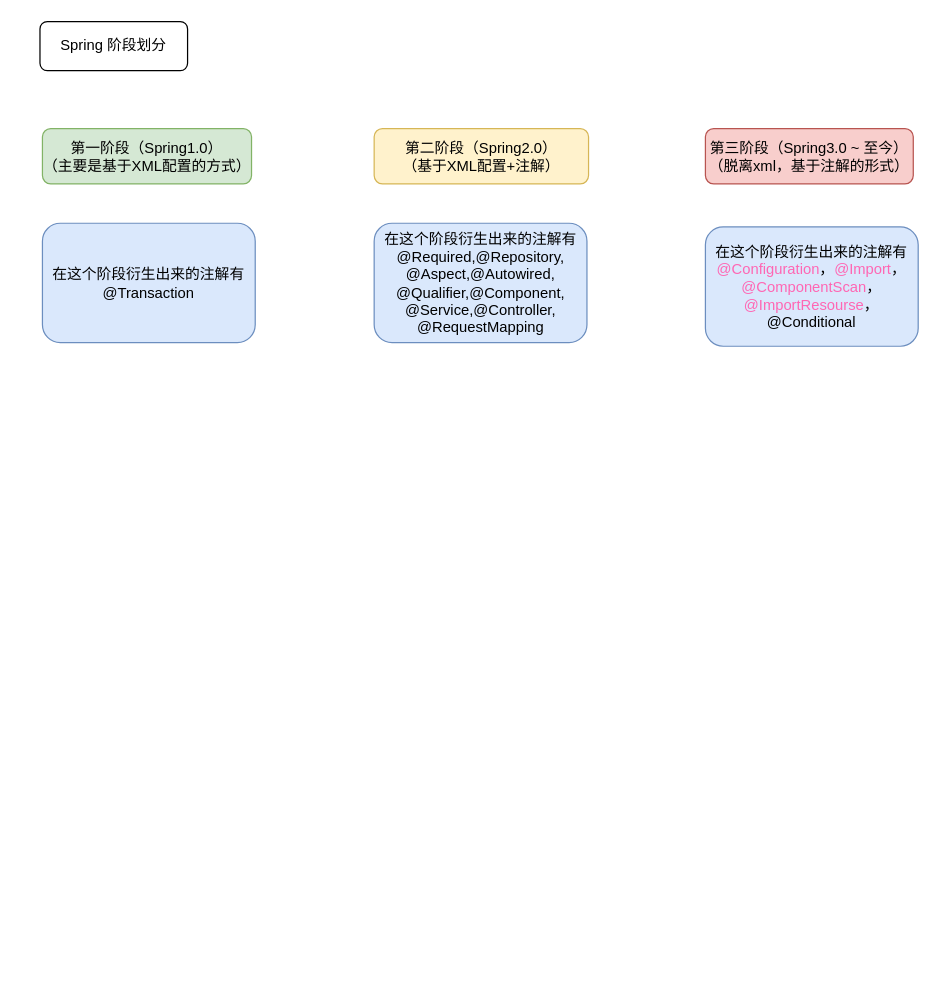
Above: Springboot/SpringBoot自动装配.drawio in niuxiaocong/knowledage-notes (draw.io), before the change. Source tidied: cells renumbered, new cells numbered last; positions are measured from the earlier drawing's top-left corner, leaving out a move shared by most shapes. Both pictures are drawn from the tidied source at 123%, with x=0, y=0 at pixel (39, 21).
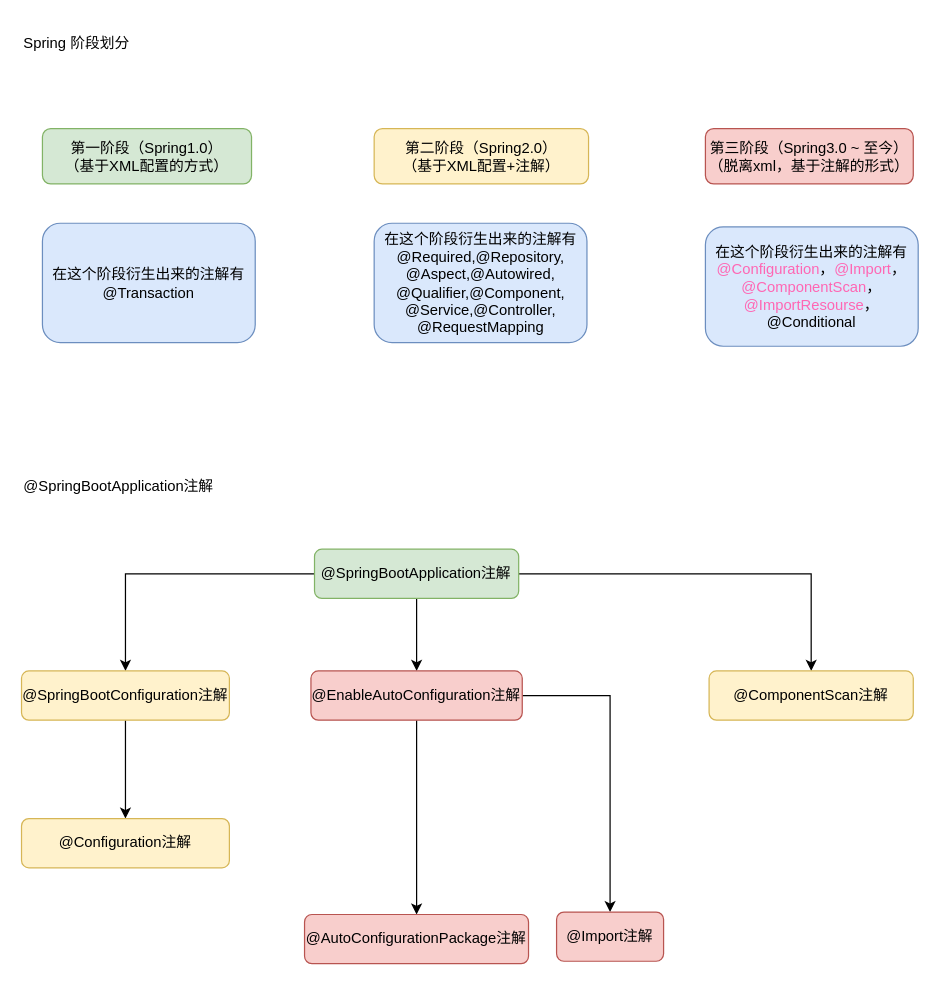
Above is the later version.

Commit message:
更新SpringBoot自动装配.drawio

Change to the diagram source:
```diff
@@
-    <mxCell id="2" value="Spring 阶段划分" style="rounded=1;whiteSpace=wrap;html=1;" parent="1" vertex="1">
-      <mxGeometry width="120" height="40" as="geometry" />
-    </mxCell>
-    <mxCell id="3" value="第一阶段（Spring1.0）&lt;br&gt;（主要是基于XML配置的方式）" style="rounded=1;whiteSpace=wrap;html=1;fillColor=#d5e8d4;strokeColor=#82b366;textShadow=0;labelBackgroundColor=none;glass=0;" parent="1" vertex="1">
+    <mxCell id="3" value="第一阶段（Spring1.0）&lt;br&gt;（基于XML配置的方式）" style="rounded=1;whiteSpace=wrap;html=1;fillColor=#d5e8d4;strokeColor=#82b366;textShadow=0;labelBackgroundColor=none;glass=0;" parent="1" vertex="1">
       <mxGeometry x="2" y="87" width="170" height="45" as="geometry" />
     </mxCell>
@@
+    <mxCell id="9" style="edgeStyle=orthogonalEdgeStyle;rounded=0;jettySize=auto;html=1;" parent="1" edge="1" source="12" target="17">
+      <mxGeometry relative="1" as="geometry" />
+    </mxCell>
+    <mxCell id="10" style="edgeStyle=orthogonalEdgeStyle;rounded=0;jettySize=auto;html=1;entryX=0.5;entryY=0;entryDx=0;entryDy=0;" parent="1" edge="1" source="12" target="14">
+      <mxGeometry relative="1" as="geometry" />
+    </mxCell>
+    <mxCell id="11" style="edgeStyle=orthogonalEdgeStyle;rounded=0;jettySize=auto;html=1;" parent="1" edge="1" source="12" target="18">
+      <mxGeometry relative="1" as="geometry" />
+    </mxCell>
+    <mxCell id="12" value="@SpringBootApplication注解" style="rounded=1;whiteSpace=wrap;html=1;fillColor=#d5e8d4;strokeColor=#82b366;" parent="1" vertex="1">
+      <mxGeometry x="223.2" y="429" width="166" height="40" as="geometry" />
+    </mxCell>
+    <mxCell id="13" style="edgeStyle=orthogonalEdgeStyle;rounded=0;jettySize=auto;html=1;" parent="1" edge="1" source="14" target="19">
+      <mxGeometry relative="1" as="geometry" />
+    </mxCell>
+    <mxCell id="14" value="@SpringBootConfiguration注解" style="rounded=1;whiteSpace=wrap;html=1;fillColor=#fff2cc;strokeColor=#d6b656;" parent="1" vertex="1">
+      <mxGeometry x="-15" y="528" width="169" height="40" as="geometry" />
+    </mxCell>
+    <mxCell id="15" style="edgeStyle=orthogonalEdgeStyle;rounded=0;jettySize=auto;html=1;" parent="1" edge="1" source="17" target="20">
+      <mxGeometry relative="1" as="geometry" />
+    </mxCell>
+    <mxCell id="16" style="edgeStyle=orthogonalEdgeStyle;rounded=0;jettySize=auto;html=1;entryX=0.5;entryY=0;entryDx=0;entryDy=0;" parent="1" edge="1" source="17" target="21">
+      <mxGeometry relative="1" as="geometry" />
+    </mxCell>
+    <mxCell id="17" value="@EnableAutoConfiguration注解" style="rounded=1;whiteSpace=wrap;html=1;fillColor=#f8cecc;strokeColor=#b85450;" parent="1" vertex="1">
+      <mxGeometry x="220.3" y="528" width="171.8" height="40" as="geometry" />
+    </mxCell>
+    <mxCell id="18" value="@ComponentScan注解" style="rounded=1;whiteSpace=wrap;html=1;fillColor=#fff2cc;strokeColor=#d6b656;" parent="1" vertex="1">
+      <mxGeometry x="544" y="528" width="166" height="40" as="geometry" />
+    </mxCell>
+    <mxCell id="19" value="@Configuration注解" style="rounded=1;whiteSpace=wrap;html=1;fillColor=#fff2cc;strokeColor=#d6b656;" parent="1" vertex="1">
+      <mxGeometry x="-15" y="648" width="169" height="40" as="geometry" />
+    </mxCell>
+    <mxCell id="20" value="@AutoConfigurationPackage注解" style="rounded=1;whiteSpace=wrap;html=1;fillColor=#f8cecc;strokeColor=#b85450;" parent="1" vertex="1">
+      <mxGeometry x="215.1" y="726" width="182.1" height="40" as="geometry" />
+    </mxCell>
+    <mxCell id="21" value="@Import注解" style="rounded=1;whiteSpace=wrap;html=1;fillColor=#f8cecc;strokeColor=#b85450;" parent="1" vertex="1">
+      <mxGeometry x="420" y="724" width="87" height="40" as="geometry" />
+    </mxCell>
+    <mxCell id="22" value="@SpringBootApplication注解" style="text;html=1;align=left;verticalAlign=middle;whiteSpace=wrap;rounded=0;" parent="1" vertex="1">
+      <mxGeometry x="-15" y="363" width="184" height="30" as="geometry" />
+    </mxCell>
+    <mxCell id="2" value="Spring 阶段划分" style="text;html=1;align=left;verticalAlign=middle;whiteSpace=wrap;rounded=0;" parent="1" vertex="1">
+      <mxGeometry x="-15" y="3" width="131" height="30" as="geometry" />
+    </mxCell>
```
